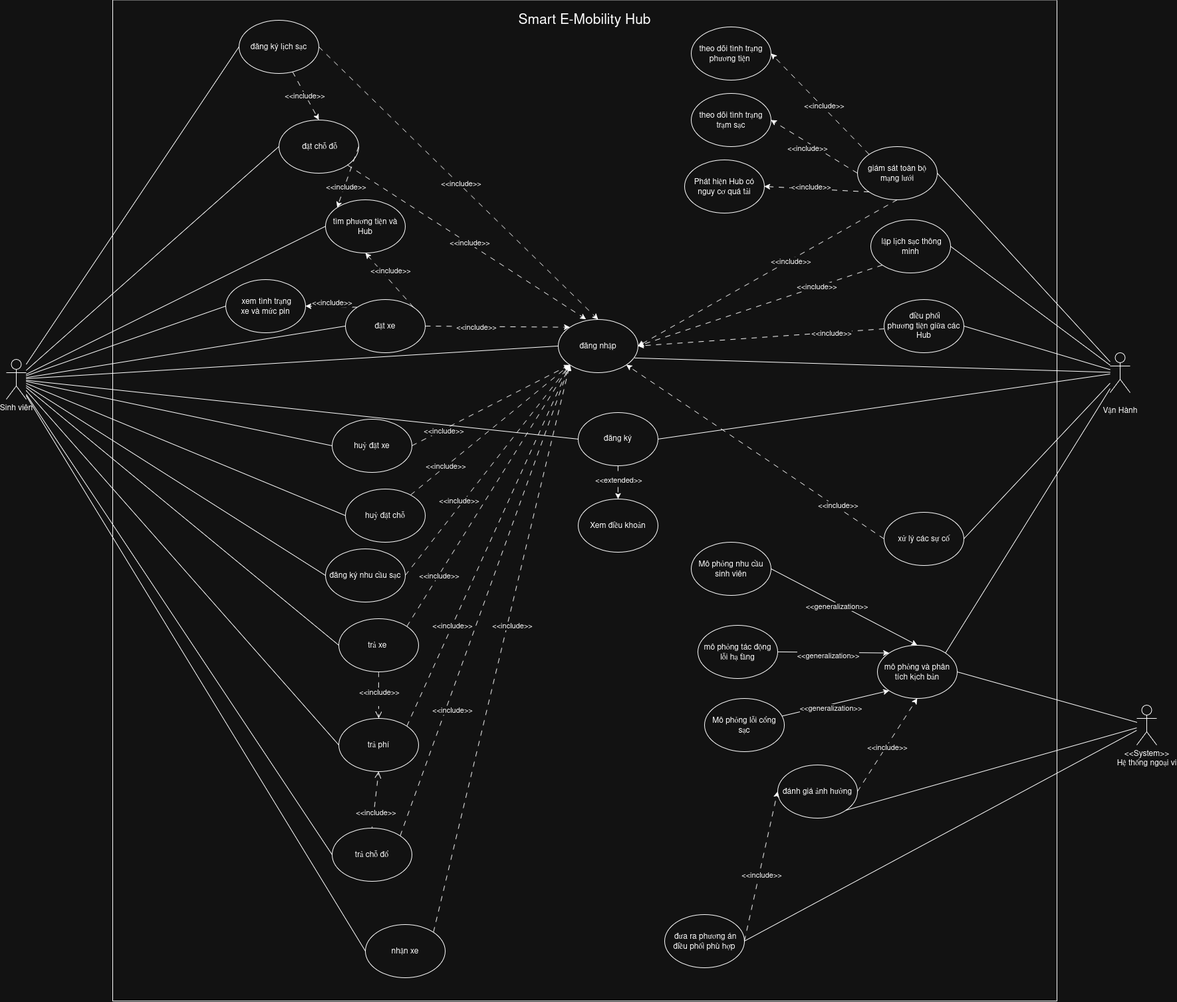
The draw.io diagram docs/diagrams/system/smartEhub.png in Dat-nguyen195/BTL_1_CNPM, before a commit. Source tidied: cells renumbered, new cells last; positions are measured from the earlier drawing's top-left corner, leaving out a move shared by most shapes.
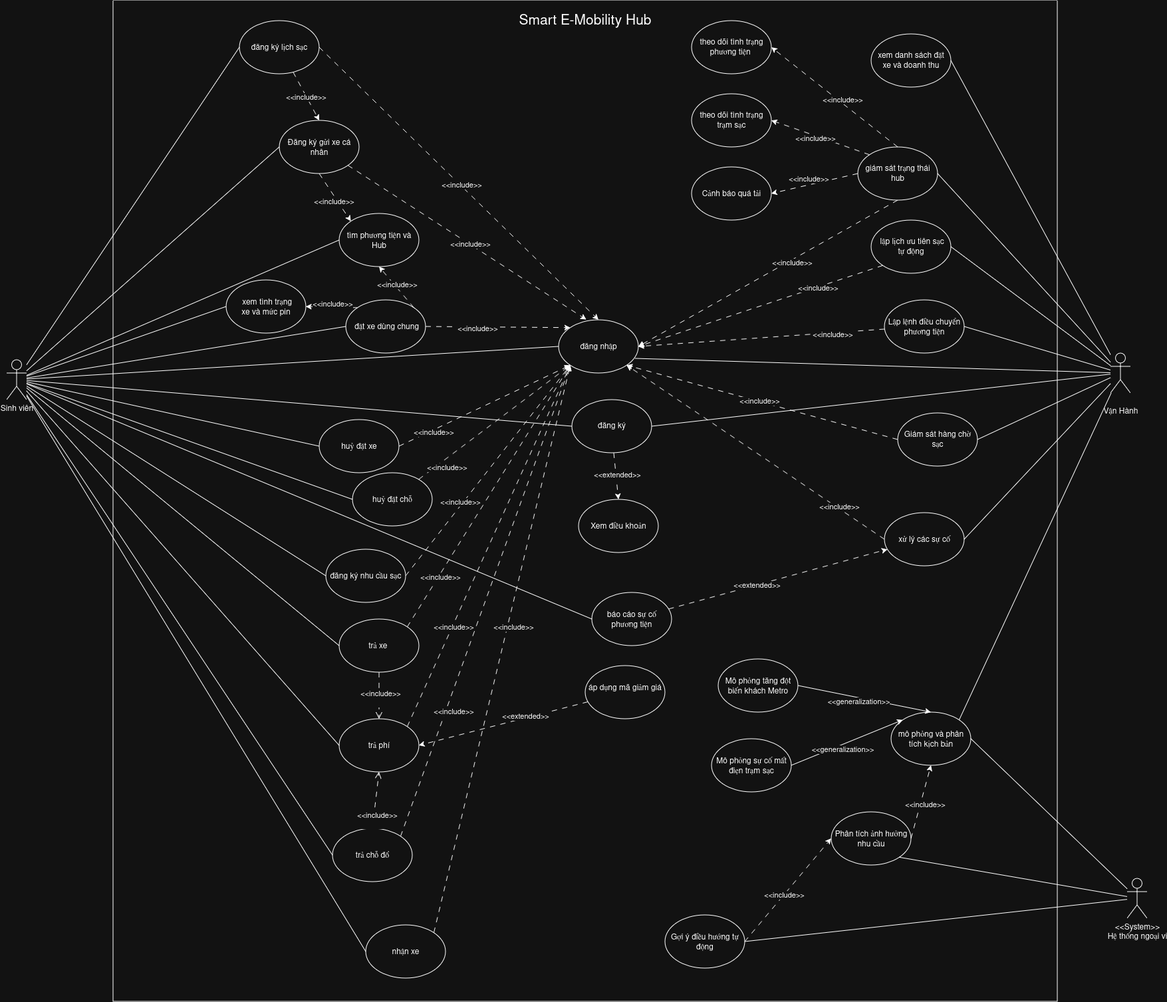
Later version of the same file.

Commit message:
fix usecase and modify diagram

Diff of the diagram source:
```diff
@@ -24,3 +24,3 @@
     </mxCell>
-    <mxCell id="8" value="&amp;nbsp;đặt chỗ đỗ" style="ellipse;whiteSpace=wrap;html=1;shapeInside=1;" parent="2" vertex="1">
+    <mxCell id="8" value="Đăng ký gửi xe cá nhân" style="ellipse;whiteSpace=wrap;html=1;shapeInside=1;" parent="2" vertex="1">
       <mxGeometry x="250" y="180" width="120" height="80" as="geometry" />
@@ -31,5 +31,5 @@
     <mxCell id="10" value="tìm phương tiện và Hub" style="ellipse;whiteSpace=wrap;html=1;shapeInside=1;" parent="2" vertex="1">
-      <mxGeometry x="320" y="300" width="120" height="80" as="geometry" />
+      <mxGeometry x="340" y="320" width="120" height="80" as="geometry" />
     </mxCell>
-    <mxCell id="11" style="rounded=0;jettySize=auto;html=1;entryX=0;entryY=0;entryDx=0;entryDy=0;strokeColor=default;align=center;verticalAlign=middle;fontFamily=Helvetica;fontSize=11;fontColor=default;labelBackgroundColor=default;endArrow=classic;endFill=1;dashed=1;dashPattern=8 8;exitX=1;exitY=0.5;exitDx=0;exitDy=0;" parent="2" edge="1" source="8" target="10">
+    <mxCell id="11" style="rounded=0;jettySize=auto;html=1;entryX=0;entryY=0;entryDx=0;entryDy=0;strokeColor=default;align=center;verticalAlign=middle;fontFamily=Helvetica;fontSize=11;fontColor=default;labelBackgroundColor=default;endArrow=classic;endFill=1;dashed=1;dashPattern=8 8;exitX=0.5;exitY=1;exitDx=0;exitDy=0;" parent="2" edge="1" source="8" target="10">
       <mxGeometry relative="1" as="geometry" />
@@ -38,3 +38,3 @@
       <mxGeometry x="-0.2" relative="1" as="geometry">
-        <mxPoint x="-7" y="24" as="offset" />
+        <mxPoint x="1" y="11" as="offset" />
       </mxGeometry>
@@ -49,3 +49,3 @@
     </mxCell>
-    <mxCell id="15" value="&amp;nbsp;đặt xe&amp;nbsp;" style="ellipse;whiteSpace=wrap;html=1;shapeInside=1;" parent="2" vertex="1">
+    <mxCell id="15" value="&amp;nbsp;đặt xe dùng chung" style="ellipse;whiteSpace=wrap;html=1;shapeInside=1;" parent="2" vertex="1">
       <mxGeometry x="350" y="450" width="120" height="80" as="geometry" />
@@ -65,3 +65,3 @@
       <mxGeometry x="-0.2" relative="1" as="geometry">
-        <mxPoint x="-6" y="-22" as="offset" />
+        <mxPoint x="-6" y="-12" as="offset" />
       </mxGeometry>
@@ -97,3 +97,3 @@
     </mxCell>
-    <mxCell id="29" value="&amp;nbsp;điều phối &lt;br/&gt;phương tiện giữa các Hub" style="ellipse;whiteSpace=wrap;html=1;shapeInside=1;" parent="2" vertex="1">
+    <mxCell id="29" value="Lập lệnh điều chuyển phương tiện" style="ellipse;whiteSpace=wrap;html=1;shapeInside=1;" parent="2" vertex="1">
       <mxGeometry x="1160" y="450" width="120" height="80" as="geometry" />
@@ -107,3 +107,3 @@
     <mxCell id="32" value="theo dõi tình trạng phương tiện&amp;nbsp;" style="ellipse;whiteSpace=wrap;html=1;shapeInside=1;" parent="2" vertex="1">
-      <mxGeometry x="870" y="40" width="120" height="80" as="geometry" />
+      <mxGeometry x="870" y="30" width="120" height="80" as="geometry" />
     </mxCell>
@@ -112,4 +112,4 @@
     </mxCell>
-    <mxCell id="34" value="Phát hiện Hub có nguy cơ quá tải" style="ellipse;whiteSpace=wrap;html=1;shapeInside=1;" parent="2" vertex="1">
-      <mxGeometry x="860" y="240" width="120" height="80" as="geometry" />
+    <mxCell id="34" value="Cảnh báo quá tải" style="ellipse;whiteSpace=wrap;html=1;shapeInside=1;" parent="2" vertex="1">
+      <mxGeometry x="870" y="250" width="120" height="80" as="geometry" />
     </mxCell>
@@ -129,3 +129,3 @@
     <mxCell id="38" value="huỷ đặt xe" style="ellipse;whiteSpace=wrap;html=1;shapeInside=1;" parent="2" vertex="1">
-      <mxGeometry x="330" y="630" width="120" height="80" as="geometry" />
+      <mxGeometry x="310" y="630" width="120" height="80" as="geometry" />
     </mxCell>
@@ -138,6 +138,6 @@
     <mxCell id="41" value="mô phỏng và phân tích kịch bản" style="ellipse;whiteSpace=wrap;html=1;shapeInside=1;" parent="2" vertex="1">
-      <mxGeometry x="1150" y="970" width="120" height="80" as="geometry" />
+      <mxGeometry x="1170" y="1070" width="120" height="80" as="geometry" />
     </mxCell>
-    <mxCell id="42" value="đánh giá ảnh hưởng&lt;div&gt;&lt;br/&gt;&lt;/div&gt;" style="ellipse;whiteSpace=wrap;html=1;shapeInside=1;" parent="2" vertex="1">
-      <mxGeometry x="1000" y="1150" width="120" height="80" as="geometry" />
+    <mxCell id="42" value="Phân tích ảnh hưởng nhu cầu" style="ellipse;whiteSpace=wrap;html=1;shapeInside=1;" parent="2" vertex="1">
+      <mxGeometry x="1080" y="1220" width="120" height="80" as="geometry" />
     </mxCell>
@@ -151,3 +151,3 @@
     </mxCell>
-    <mxCell id="45" value="&lt;div&gt;&amp;nbsp;đưa ra phương án điều phối phù hợp&lt;/div&gt;" style="ellipse;whiteSpace=wrap;html=1;shapeInside=1;" parent="2" vertex="1">
+    <mxCell id="45" value="Gợi ý điều hướng tự động" style="ellipse;whiteSpace=wrap;html=1;shapeInside=1;" parent="2" vertex="1">
       <mxGeometry x="830" y="1375" width="120" height="80" as="geometry" />
@@ -165,3 +165,3 @@
     </mxCell>
-    <mxCell id="49" value="&amp;nbsp;lập&amp;nbsp;&lt;span style=&quot;background-color: transparent; color: light-dark(rgb(0, 0, 0), rgb(255, 255, 255));&quot;&gt;lịch sạc thông minh&lt;/span&gt;" style="ellipse;whiteSpace=wrap;html=1;shapeInside=1;" parent="2" vertex="1">
+    <mxCell id="49" value="&amp;nbsp;lập&amp;nbsp;&lt;span style=&quot;background-color: transparent; color: light-dark(rgb(0, 0, 0), rgb(255, 255, 255));&quot;&gt;lịch ưu tiên sạc tự động&lt;/span&gt;" style="ellipse;whiteSpace=wrap;html=1;shapeInside=1;" parent="2" vertex="1">
       <mxGeometry x="1140" y="330" width="120" height="80" as="geometry" />
@@ -171,6 +171,6 @@
     </mxCell>
-    <mxCell id="51" value="giám sát toàn bộ mạng lưới" style="ellipse;whiteSpace=wrap;html=1;shapeInside=1;" parent="2" vertex="1">
+    <mxCell id="51" value="giám sát trạng thái hub" style="ellipse;whiteSpace=wrap;html=1;shapeInside=1;" parent="2" vertex="1">
       <mxGeometry x="1120" y="220" width="120" height="80" as="geometry" />
     </mxCell>
-    <mxCell id="52" style="rounded=0;jettySize=auto;html=1;strokeColor=default;align=center;verticalAlign=middle;fontFamily=Helvetica;fontSize=11;fontColor=default;labelBackgroundColor=default;endArrow=classic;endFill=1;dashed=1;dashPattern=8 8;exitX=0;exitY=0.5;exitDx=0;exitDy=0;entryX=1;entryY=0.5;entryDx=0;entryDy=0;" parent="2" edge="1" source="51" target="33">
+    <mxCell id="52" style="rounded=0;jettySize=auto;html=1;strokeColor=default;align=center;verticalAlign=middle;fontFamily=Helvetica;fontSize=11;fontColor=default;labelBackgroundColor=default;endArrow=classic;endFill=1;dashed=1;dashPattern=8 8;exitX=0;exitY=0;exitDx=0;exitDy=0;entryX=1;entryY=0.5;entryDx=0;entryDy=0;" parent="2" edge="1" source="51" target="33">
       <mxGeometry relative="1" as="geometry" />
@@ -182,3 +182,3 @@
     </mxCell>
-    <mxCell id="54" style="rounded=0;jettySize=auto;html=1;entryX=1;entryY=0.5;entryDx=0;entryDy=0;strokeColor=default;align=center;verticalAlign=middle;fontFamily=Helvetica;fontSize=11;fontColor=default;labelBackgroundColor=default;endArrow=classic;endFill=1;dashed=1;dashPattern=8 8;exitX=0;exitY=0;exitDx=0;exitDy=0;" parent="2" edge="1" source="51" target="32">
+    <mxCell id="54" style="rounded=0;jettySize=auto;html=1;entryX=1;entryY=0.5;entryDx=0;entryDy=0;strokeColor=default;align=center;verticalAlign=middle;fontFamily=Helvetica;fontSize=11;fontColor=default;labelBackgroundColor=default;endArrow=classic;endFill=1;dashed=1;dashPattern=8 8;exitX=0.5;exitY=0;exitDx=0;exitDy=0;" parent="2" edge="1" source="51" target="32">
       <mxGeometry relative="1" as="geometry" />
@@ -190,3 +190,3 @@
     </mxCell>
-    <mxCell id="56" style="rounded=0;jettySize=auto;html=1;strokeColor=default;align=center;verticalAlign=middle;fontFamily=Helvetica;fontSize=11;fontColor=default;labelBackgroundColor=default;endArrow=classic;endFill=1;dashed=1;dashPattern=8 8;exitX=0;exitY=1;exitDx=0;exitDy=0;entryX=1;entryY=0.5;entryDx=0;entryDy=0;" parent="2" edge="1" source="51" target="34">
+    <mxCell id="56" style="rounded=0;jettySize=auto;html=1;strokeColor=default;align=center;verticalAlign=middle;fontFamily=Helvetica;fontSize=11;fontColor=default;labelBackgroundColor=default;endArrow=classic;endFill=1;dashed=1;dashPattern=8 8;exitX=0;exitY=0.5;exitDx=0;exitDy=0;entryX=1;entryY=0.5;entryDx=0;entryDy=0;" parent="2" edge="1" source="51" target="34">
       <mxGeometry relative="1" as="geometry" />
@@ -199,21 +199,10 @@
     <mxCell id="58" value="huỷ đặt chỗ" style="ellipse;whiteSpace=wrap;html=1;shapeInside=1;" parent="2" vertex="1">
-      <mxGeometry x="350" y="735" width="120" height="80" as="geometry" />
+      <mxGeometry x="360" y="710" width="120" height="80" as="geometry" />
     </mxCell>
-    <mxCell id="59" value="mô phỏng tác động lỗi hạ tầng" style="ellipse;whiteSpace=wrap;html=1;shapeInside=1;" parent="2" vertex="1">
-      <mxGeometry x="880" y="940" width="120" height="80" as="geometry" />
+    <mxCell id="59" value="Mô phỏng sự cố mất điẹn trạm sạc" style="ellipse;whiteSpace=wrap;html=1;shapeInside=1;" parent="2" vertex="1">
+      <mxGeometry x="900" y="1110" width="120" height="80" as="geometry" />
     </mxCell>
-    <mxCell id="60" value="Mô phỏng nhu cầu sinh viên" style="ellipse;whiteSpace=wrap;html=1;shapeInside=1;" parent="2" vertex="1">
-      <mxGeometry x="870" y="815" width="120" height="80" as="geometry" />
+    <mxCell id="60" value="Mô phỏng tăng đột biến khách Metro" style="ellipse;whiteSpace=wrap;html=1;shapeInside=1;" parent="2" vertex="1">
+      <mxGeometry x="910" y="990" width="120" height="80" as="geometry" />
     </mxCell>
-    <mxCell id="61" style="edgeStyle=none;shape=connector;rounded=0;jettySize=auto;html=1;strokeColor=default;align=center;verticalAlign=middle;fontFamily=Helvetica;fontSize=11;fontColor=default;labelBackgroundColor=default;endArrow=classic;endFill=1;entryX=0;entryY=1;entryDx=0;entryDy=0;" parent="2" edge="1" source="63" target="41">
-      <mxGeometry relative="1" as="geometry" />
-    </mxCell>
-    <mxCell id="62" value="&amp;lt;&amp;lt;generalization&amp;gt;&amp;gt;" style="edgeLabel;html=1;align=center;verticalAlign=middle;fontFamily=Helvetica;fontSize=11;fontColor=default;labelBackgroundColor=default;" parent="61" vertex="1">
-      <mxGeometry x="-0.1" y="-4" relative="1" as="geometry">
-        <mxPoint y="1" as="offset" />
-      </mxGeometry>
-    </mxCell>
-    <mxCell id="63" value="Mô phỏng lỗi cổng sạc" style="ellipse;whiteSpace=wrap;html=1;shapeInside=1;" parent="2" vertex="1">
-      <mxGeometry x="890" y="1050" width="120" height="80" as="geometry" />
-    </mxCell>
     <mxCell id="64" style="edgeStyle=none;shape=connector;rounded=0;jettySize=auto;html=1;entryX=0;entryY=0;entryDx=0;entryDy=0;strokeColor=default;align=center;verticalAlign=middle;fontFamily=Helvetica;fontSize=11;fontColor=default;labelBackgroundColor=default;endArrow=classic;endFill=1;exitX=1;exitY=0.5;exitDx=0;exitDy=0;" parent="2" edge="1" source="59" target="41">
@@ -255,3 +244,3 @@
     <mxCell id="74" value="&lt;span style=&quot;background-color: transparent; color: light-dark(rgb(0, 0, 0), rgb(255, 255, 255)); line-height: 0%;&quot;&gt;đăng ký&lt;/span&gt;&lt;p style=&quot;float: left; width: 118px; height: 76px; line-height: 0%;&quot;&gt;&lt;br&gt;&lt;/p&gt;" style="ellipse;whiteSpace=wrap;html=1;shapeInside=1;align=center;" parent="2" vertex="1">
-      <mxGeometry x="700" y="620" width="120" height="80" as="geometry" />
+      <mxGeometry x="690" y="600" width="120" height="80" as="geometry" />
     </mxCell>
@@ -297,2 +286,31 @@
     </mxCell>
+    <mxCell id="117" style="rounded=0;jettySize=auto;html=1;entryX=1;entryY=0.5;entryDx=0;entryDy=0;dashed=1;dashPattern=8 8;" parent="2" edge="1" source="119" target="40">
+      <mxGeometry relative="1" as="geometry" />
+    </mxCell>
+    <mxCell id="118" value="&amp;lt;&amp;lt;extended&amp;gt;&amp;gt;" style="edgeLabel;html=1;align=center;verticalAlign=middle;" parent="117" vertex="1">
+      <mxGeometry x="-0.24" y="3" relative="1" as="geometry">
+        <mxPoint y="-8" as="offset" />
+      </mxGeometry>
+    </mxCell>
+    <mxCell id="119" value="áp dụng mã giảm giá" style="ellipse;whiteSpace=wrap;html=1;shapeInside=1;" parent="2" vertex="1">
+      <mxGeometry x="710" y="1000" width="120" height="80" as="geometry" />
+    </mxCell>
+    <mxCell id="120" value="xem danh sách đặt xe và doanh thu" style="ellipse;whiteSpace=wrap;html=1;shapeInside=1;" parent="2" vertex="1">
+      <mxGeometry x="1140" y="50" width="120" height="80" as="geometry" />
+    </mxCell>
+    <mxCell id="121" style="shape=connector;rounded=0;jettySize=auto;html=1;exitX=0;exitY=0.5;exitDx=0;exitDy=0;entryX=1;entryY=1;entryDx=0;entryDy=0;strokeColor=default;align=center;verticalAlign=middle;fontFamily=Helvetica;fontSize=11;fontColor=default;labelBackgroundColor=default;endArrow=classic;dashed=1;dashPattern=8 8;" parent="2" edge="1" source="122" target="75">
+      <mxGeometry relative="1" as="geometry" />
+    </mxCell>
+    <mxCell id="122" value="Giám sát hàng chờ sạc " style="ellipse;whiteSpace=wrap;html=1;shapeInside=1;" parent="2" vertex="1">
+      <mxGeometry x="1180" y="620" width="120" height="80" as="geometry" />
+    </mxCell>
+    <mxCell id="123" style="edgeStyle=none;shape=connector;rounded=0;jettySize=auto;html=1;strokeColor=default;align=center;verticalAlign=middle;fontFamily=Helvetica;fontSize=11;fontColor=default;labelBackgroundColor=default;endArrow=classic;endFill=1;dashed=1;dashPattern=8 8;" parent="2" edge="1" source="125" target="31">
+      <mxGeometry relative="1" as="geometry" />
+    </mxCell>
+    <mxCell id="124" value="&amp;lt;&amp;lt;extended&amp;gt;&amp;gt;" style="edgeLabel;html=1;align=center;verticalAlign=middle;fontFamily=Helvetica;fontSize=11;fontColor=default;labelBackgroundColor=default;" parent="123" vertex="1">
+      <mxGeometry x="-0.19" y="2" relative="1" as="geometry" />
+    </mxCell>
+    <mxCell id="125" value="báo cáo sự cố phương tiện" style="ellipse;whiteSpace=wrap;html=1;shapeInside=1;" parent="2" vertex="1">
+      <mxGeometry x="720" y="890" width="120" height="80" as="geometry" />
+    </mxCell>
     <mxCell id="87" style="edgeStyle=none;shape=connector;rounded=0;jettySize=auto;html=1;entryX=0;entryY=0.5;entryDx=0;entryDy=0;strokeColor=default;align=center;verticalAlign=middle;fontFamily=Helvetica;fontSize=11;fontColor=default;labelBackgroundColor=default;endArrow=none;endFill=0;" parent="1" edge="1" source="101" target="8">
@@ -339,2 +357,5 @@
     </mxCell>
+    <mxCell id="126" style="edgeStyle=none;shape=connector;rounded=0;jettySize=auto;html=1;entryX=0;entryY=0.5;entryDx=0;entryDy=0;strokeColor=default;align=center;verticalAlign=middle;fontFamily=Helvetica;fontSize=11;fontColor=default;labelBackgroundColor=default;endArrow=none;endFill=0;" parent="1" edge="1" source="101" target="125">
+      <mxGeometry relative="1" as="geometry" />
+    </mxCell>
     <mxCell id="101" value="Sinh viên" style="shape=umlActor;verticalLabelPosition=bottom;verticalAlign=top;html=1;outlineConnect=0;" parent="1" vertex="1">
@@ -363,2 +384,8 @@
     </mxCell>
+    <mxCell id="127" style="rounded=0;jettySize=auto;html=1;entryX=1;entryY=0.5;entryDx=0;entryDy=0;endArrow=none;endFill=0;" parent="1" edge="1" source="109" target="120">
+      <mxGeometry relative="1" as="geometry" />
+    </mxCell>
+    <mxCell id="128" style="shape=connector;rounded=0;jettySize=auto;html=1;entryX=1;entryY=0.5;entryDx=0;entryDy=0;strokeColor=default;align=center;verticalAlign=middle;fontFamily=Helvetica;fontSize=11;fontColor=default;labelBackgroundColor=default;endArrow=none;endFill=0;" parent="1" edge="1" source="109" target="122">
+      <mxGeometry relative="1" as="geometry" />
+    </mxCell>
     <mxCell id="109" value="&lt;div&gt;&lt;br&gt;&lt;/div&gt;&lt;div&gt;&lt;span style=&quot;background-color: transparent; color: light-dark(rgb(0, 0, 0), rgb(255, 255, 255));&quot;&gt;Vận Hành&lt;/span&gt;&lt;/div&gt;&lt;div&gt;&lt;br&gt;&lt;/div&gt;" style="shape=umlActor;verticalLabelPosition=bottom;verticalAlign=top;html=1;outlineConnect=0;" parent="1" vertex="1">
@@ -376,3 +403,3 @@
     <mxCell id="113" value="&lt;div&gt;&amp;lt;&amp;lt;System&amp;gt;&amp;gt;&lt;/div&gt;Hệ thống ngoại vi&lt;br&gt;&lt;div&gt;&lt;br&gt;&lt;/div&gt;" style="shape=umlActor;verticalLabelPosition=bottom;verticalAlign=top;html=1;outlineConnect=0;" parent="1" vertex="1">
-      <mxGeometry x="1700" y="1060" width="30" height="60" as="geometry" />
+      <mxGeometry x="1685" y="1320" width="30" height="60" as="geometry" />
     </mxCell>
@@ -391,2 +418,5 @@
     </mxCell>
+    <mxCell id="129" value="&amp;lt;&amp;lt;include&amp;gt;&amp;gt;" style="edgeLabel;html=1;align=center;verticalAlign=middle;fontFamily=Helvetica;fontSize=11;fontColor=default;labelBackgroundColor=default;" parent="1" vertex="1">
+      <mxGeometry x="1130" y="600" as="geometry" />
+    </mxCell>
   </root>
```
